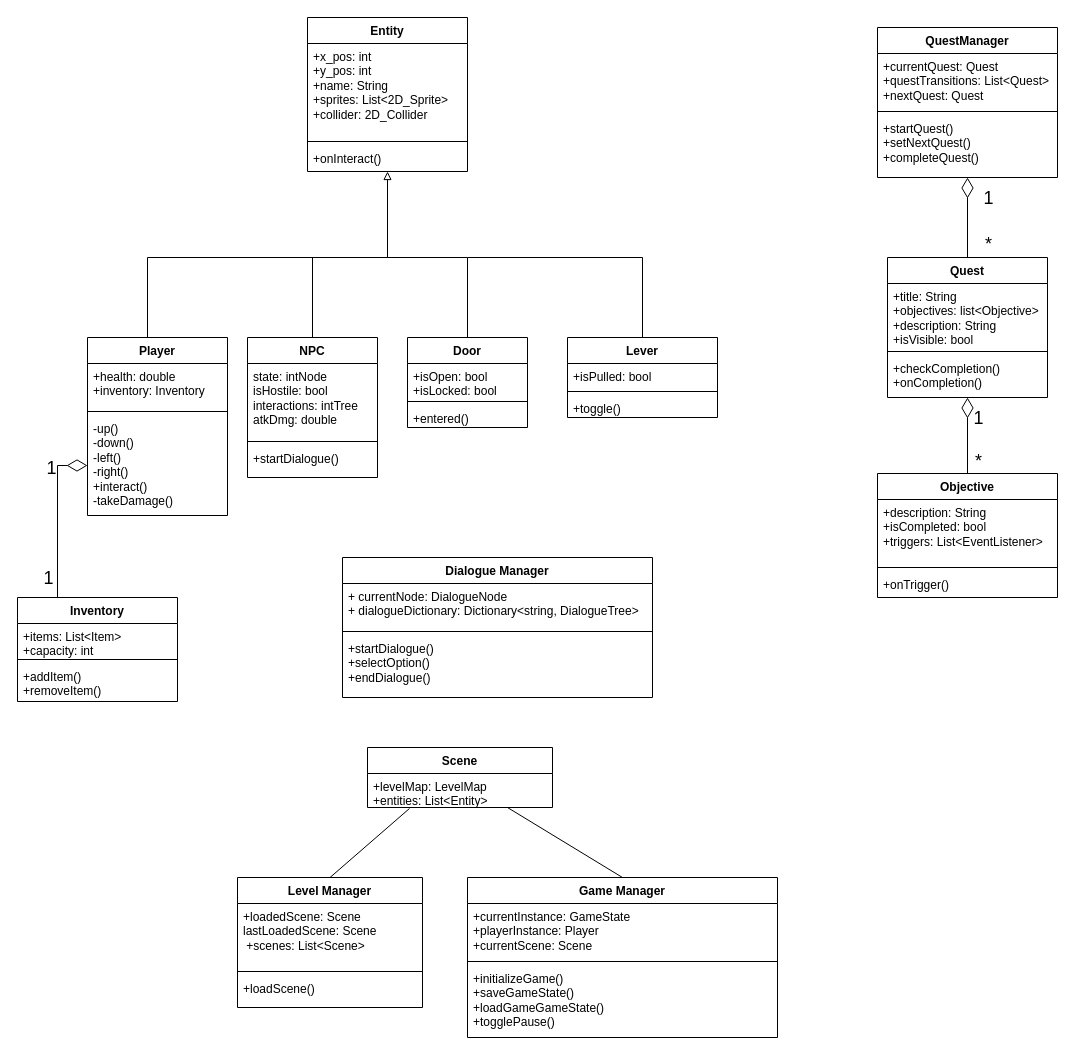
Above: deliverables/UML_Class_D3.drawio in NoomMiner/Echoes-of-Time (draw.io), before the change. Source tidied: cells renumbered, new cells numbered last; positions are measured from the earlier drawing's top-left corner, leaving out a move shared by most shapes. Both pictures are drawn from the tidied source at 100%, with x=0, y=0 at pixel (17, 17).
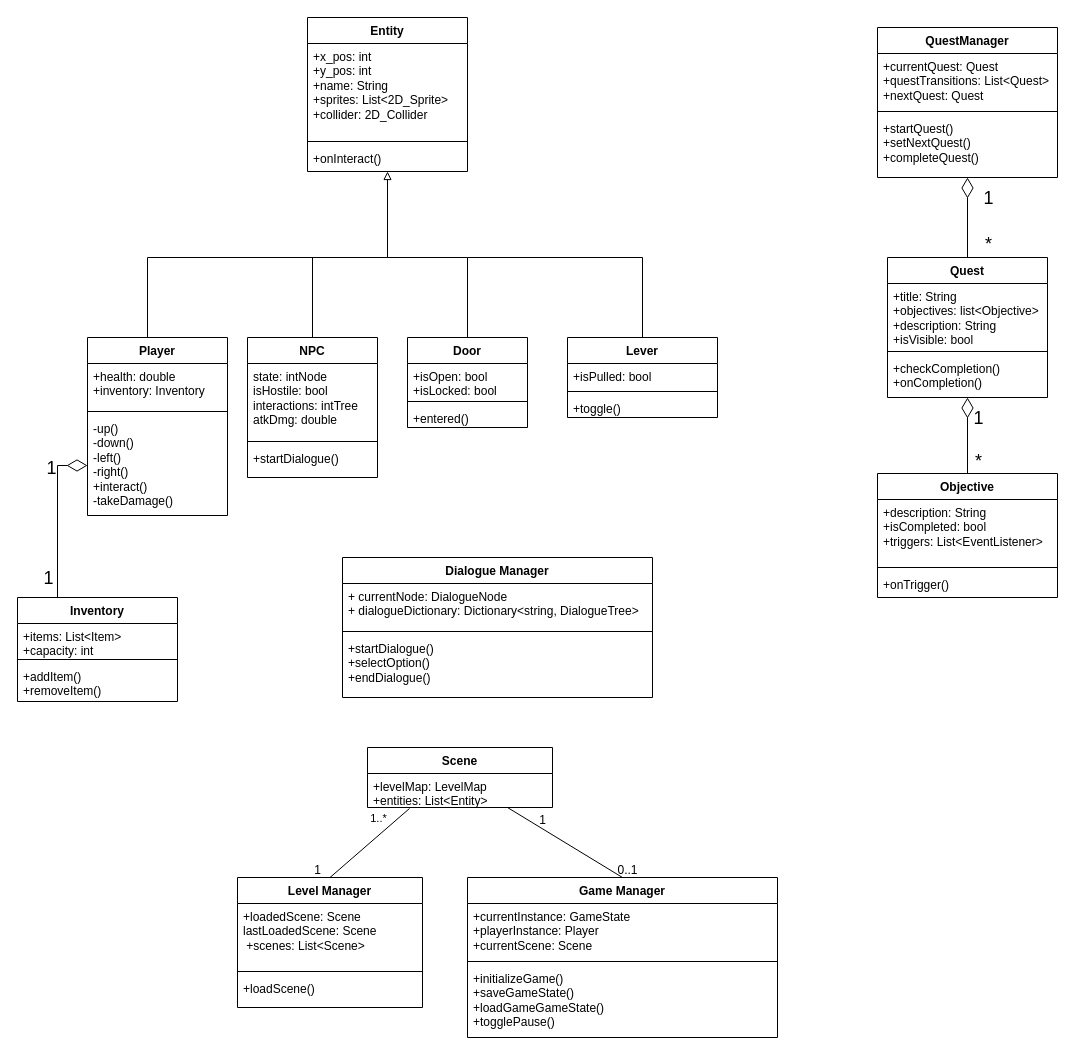
After the change.

Commit message:
Updated association between scene and level/game managers

The change refers to these unchanged cells:
```xml
<mxCell id="65" style="endArrow=none;html=1;rounded=0;entryX=0.227;entryY=1.029;entryDx=0;entryDy=0;entryPerimeter=0;exitX=0.5;exitY=0;exitDx=0;exitDy=0;" parent="1" edge="1" source="55" target="60">
  <mxGeometry relative="1" as="geometry" />
</mxCell>
```

Change to the diagram source:
```diff
@@
+    <mxCell id="67" value="1..*" style="edgeLabel;html=1;align=center;verticalAlign=middle;" parent="65" vertex="1">
+      <mxGeometry x="0.45" y="1" relative="1" as="geometry">
+        <mxPoint x="-9" y="-9" as="offset" />
+      </mxGeometry>
+    </mxCell>
@@
+    <mxCell id="68" value="1" style="text;html=1;align=center;verticalAlign=middle;strokeColor=none;fillColor=none;" parent="1" vertex="1">
+      <mxGeometry x="285" y="838" width="30" height="30" as="geometry" />
+    </mxCell>
+    <mxCell id="69" value="1" style="text;html=1;align=center;verticalAlign=middle;strokeColor=none;fillColor=none;" parent="1" vertex="1">
+      <mxGeometry x="510" y="788" width="30" height="30" as="geometry" />
+    </mxCell>
+    <mxCell id="70" value="0..1" style="text;html=1;align=center;verticalAlign=middle;strokeColor=none;fillColor=none;" parent="1" vertex="1">
+      <mxGeometry x="590" y="838" width="40" height="30" as="geometry" />
+    </mxCell>
```
